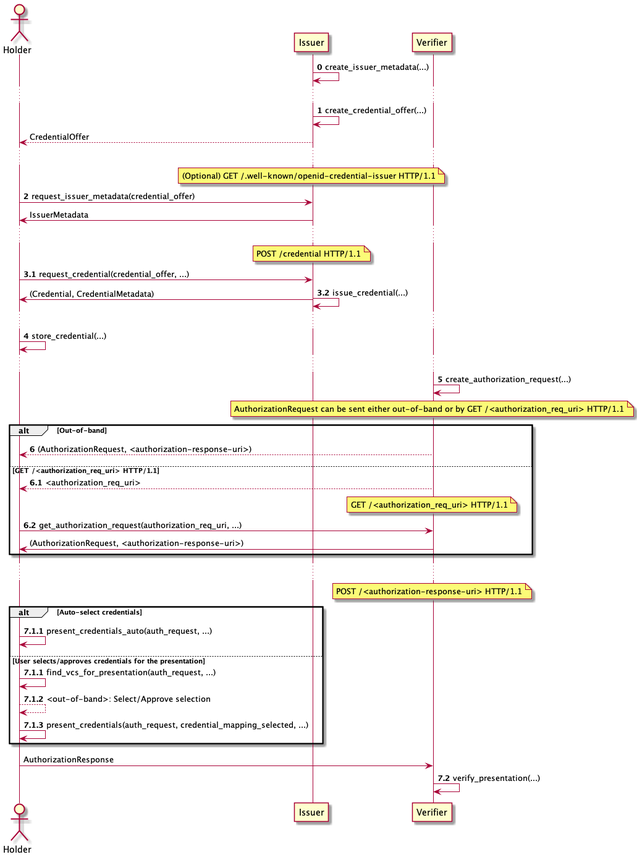
Above: docs/facade-oid4vc.png in equs-ai/equs-credentials-sdk (PlantUML), before the change.
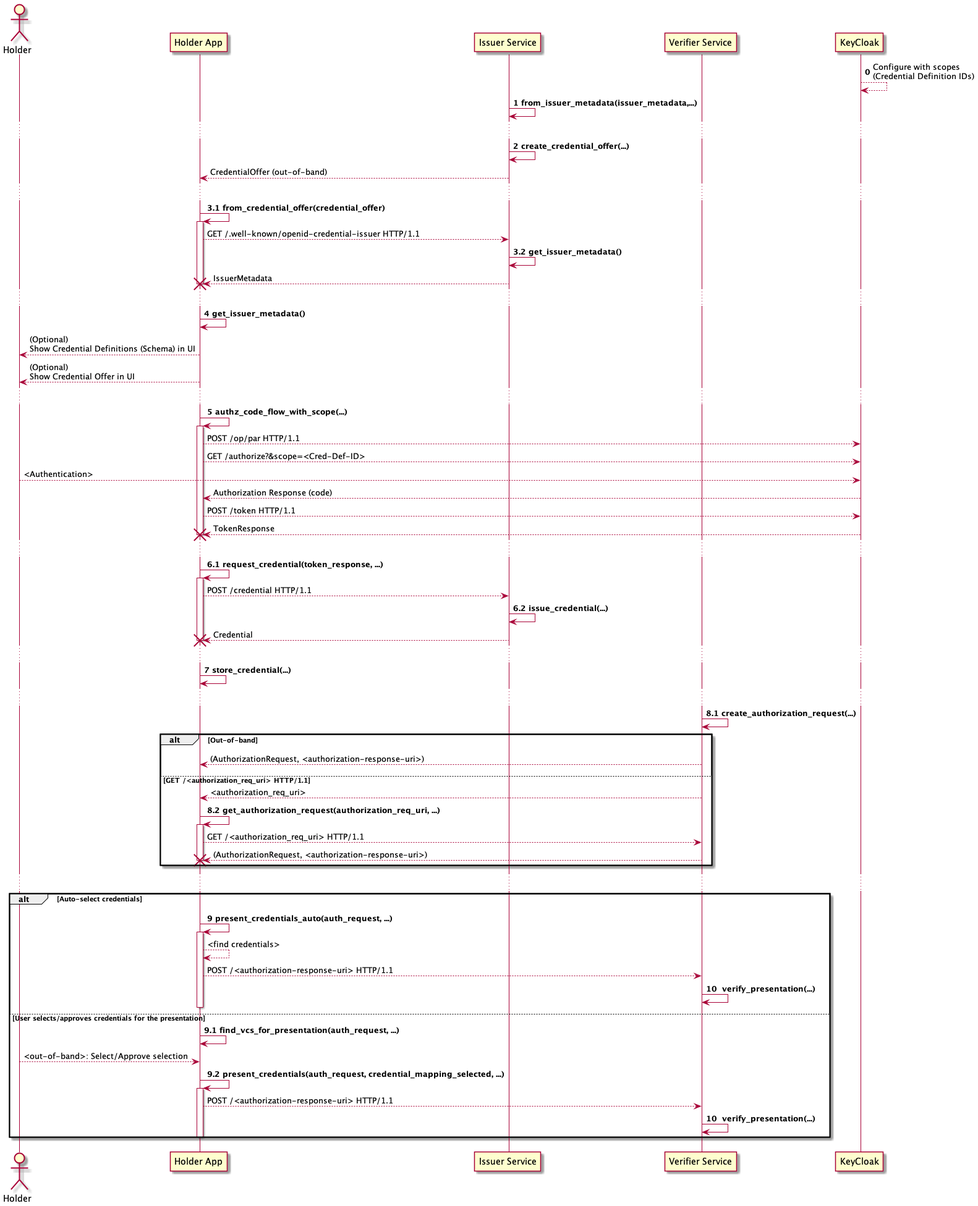
Above is the later version.

Commit message:
ASDK-38: Update API diagrams

The edit, as a diff of the source:
```diff
@@ -3,78 +3,112 @@
 
 autonumber
 
-actor Holder as H
-participant Issuer as I
-participant Verifier as V
+actor "Holder" as HH
+participant "Holder App" as H
+participant "Issuer Service" as I
+participant "Verifier Service" as V
+participant "KeyCloak" as A
 
 autonumber 0
-I -> I: create_issuer_metadata(...)
-
-...
+A --> A: Configure with scopes\n(Credential Definition IDs)
 
 autonumber 1
-I -> I: create_credential_offer(...)
-autonumber stop
-I --> H: CredentialOffer
+I -> I: <b>from_issuer_metadata(issuer_metadata,...)
 
 ...
 
 autonumber 2
-note over I: (Optional) GET /.well-known/openid-credential-issuer HTTP/1.1
-H -> I: request_issuer_metadata(credential_offer)
+I -> I: <b>create_credential_offer(...)
 autonumber stop
-I -> H: IssuerMetadata
-
+I --> H: CredentialOffer (out-of-band)
 ...
 
 autonumber 3.1
-note over I: POST /credential HTTP/1.1
-H -> I: request_credential(credential_offer, ...)
-I -> I: issue_credential(...)
+H -> H++: <b>from_credential_offer(credential_offer)
 autonumber stop
-& I -> H: (Credential, CredentialMetadata)
-
+H --> I: GET /.well-known/openid-credential-issuer HTTP/1.1
+autonumber 3.2
+I -> I: <b>get_issuer_metadata()
+autonumber stop
+I --> H: IssuerMetadata
+destroy H
 ...
 
 autonumber 4
-H -> H: store_credential(...)
-
+H -> H: <b>get_issuer_metadata()
+autonumber stop
+H --> HH: (Optional)\nShow Credential Definitions (Schema) in UI
+H --> HH: (Optional)\nShow Credential Offer in UI
 ...
 
 autonumber 5
-V -> V: create_authorization_request(...)
+H -> H++: <b>authz_code_flow_with_scope(...)
+autonumber stop
+H --> A: POST /op/par HTTP/1.1
+H --> A: GET /authorize?&scope=<Cred-Def-ID>
+HH --> A: <Authentication>
+A --> H: Authorization Response (code)
+H --> A: POST /token HTTP/1.1
+A --> H: TokenResponse
+destroy H
+...
 
-note over V: AuthorizationRequest can be sent either out-of-band or by GET /<authorization_req_uri> HTTP/1.1
+autonumber 6.1
+H -> H++: <b>request_credential(token_response, ...)
+autonumber stop
+H --> I: POST /credential HTTP/1.1
+autonumber 6.2
+I -> I: <b>issue_credential(...)
+autonumber stop
+I --> H: Credential
+destroy H
+...
+
+autonumber 7
+H -> H: <b>store_credential(...)
+...
+
+autonumber 8.1
+V -> V: <b>create_authorization_request(...)
+autonumber stop
+
 alt Out-of-band
 V --> H: (AuthorizationRequest, <authorization-response-uri>)
 else GET /<authorization_req_uri> HTTP/1.1
-autonumber 6.1
 V --> H: <authorization_req_uri>
-note over V: GET /<authorization_req_uri> HTTP/1.1
-autonumber 6.2
-H -> V: get_authorization_request(authorization_req_uri, ...)
+autonumber 8.2
+H -> H++: <b>get_authorization_request(authorization_req_uri, ...)
 autonumber stop
-V -> H: (AuthorizationRequest, <authorization-response-uri>)
+H --> V: GET /<authorization_req_uri> HTTP/1.1
+V --> H: (AuthorizationRequest, <authorization-response-uri>)
+destroy H
 end
-
 ...
 
-note over V: POST /<authorization-response-uri> HTTP/1.1
 
 alt Auto-select credentials
-autonumber 7.1.1
-H -> H: present_credentials_auto(auth_request, ...)
+autonumber 9
+H -> H++: <b>present_credentials_auto(auth_request, ...)
+autonumber stop
+H --> H: <find credentials>
+H --> V:  POST /<authorization-response-uri> HTTP/1.1
+autonumber 10
+V -> V: <b> verify_presentation(...)
+destroy  H
+
 else User selects/approves credentials for the presentation
-autonumber 7.1.1
-H -> H: find_vcs_for_presentation(auth_request, ...)
-H --> H: <out-of-band>: Select/Approve selection
-H -> H: present_credentials(auth_request, credential_mapping_selected, ...)
-
+autonumber 9.1
+H -> H: <b>find_vcs_for_presentation(auth_request, ...)
+autonumber stop
+HH --> H: <out-of-band>: Select/Approve selection
+autonumber 9.2
+H -> H++: <b>present_credentials(auth_request, credential_mapping_selected, ...)
+autonumber stop
+H --> V:  POST /<authorization-response-uri> HTTP/1.1
+autonumber 10
+V -> V: <b> verify_presentation(...)
+destroy  H
 end
-autonumber stop
-H -> V: AuthorizationResponse
-autonumber 7.2
-V -> V: verify_presentation(...)
 
 
 @enduml
```
